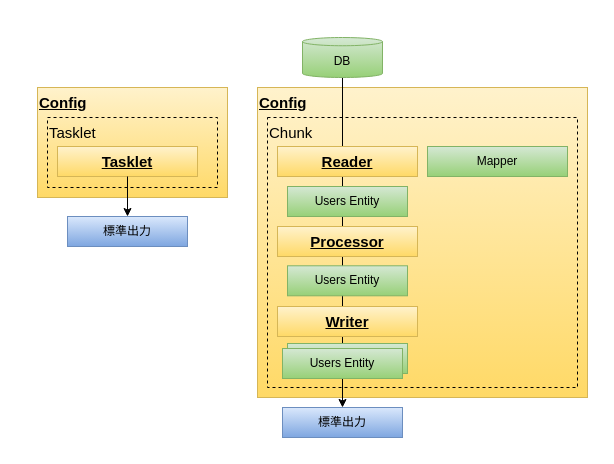
This is app.drawio from namickey/spring-boot3-batch-try, a draw.io file, before an edit. Source tidied: cells renumbered, new cells numbered last; positions are measured from the earlier drawing's top-left corner, leaving out a move shared by most shapes. Both pictures are drawn from the tidied source at 100%, with x=0, y=0 at pixel (17, 17).
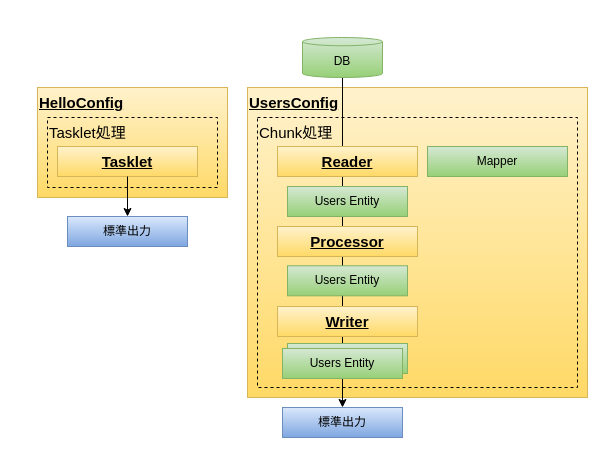
After the change.

Diff of the diagram source:
```diff
@@
-    <mxCell id="2" value="Config" style="rounded=0;whiteSpace=wrap;html=1;fillColor=#fff2cc;strokeColor=#d6b656;align=left;verticalAlign=top;fontStyle=5;fontSize=15;gradientColor=#ffd966;" parent="1" vertex="1">
-      <mxGeometry x="240" y="70" width="330" height="310" as="geometry" />
+    <mxCell id="2" value="UsersConfig" style="rounded=0;whiteSpace=wrap;html=1;fillColor=#fff2cc;strokeColor=#d6b656;align=left;verticalAlign=top;fontStyle=5;fontSize=15;gradientColor=#ffd966;" parent="1" vertex="1">
+      <mxGeometry x="230" y="70" width="340" height="310" as="geometry" />
     </mxCell>
-    <mxCell id="3" value="Chunk" style="rounded=0;whiteSpace=wrap;html=1;align=left;verticalAlign=top;fontStyle=0;fontSize=15;fillColor=none;dashed=1;" parent="1" vertex="1">
-      <mxGeometry x="250" y="100" width="310" height="270" as="geometry" />
+    <mxCell id="3" value="Chunk処理" style="rounded=0;whiteSpace=wrap;html=1;align=left;verticalAlign=top;fontStyle=0;fontSize=15;fillColor=none;dashed=1;" parent="1" vertex="1">
+      <mxGeometry x="240" y="100" width="320" height="270" as="geometry" />
     </mxCell>
-    <mxCell id="4" value="Config" style="rounded=0;whiteSpace=wrap;html=1;fillColor=#fff2cc;strokeColor=#d6b656;align=left;verticalAlign=top;fontStyle=5;fontSize=15;gradientColor=#ffd966;" parent="1" vertex="1">
+    <mxCell id="4" value="HelloConfig" style="rounded=0;whiteSpace=wrap;html=1;fillColor=#fff2cc;strokeColor=#d6b656;align=left;verticalAlign=top;fontStyle=5;fontSize=15;gradientColor=#ffd966;" parent="1" vertex="1">
       <mxGeometry x="20" y="70" width="190" height="110" as="geometry" />
     </mxCell>
@@
-    <mxCell id="14" value="Tasklet" style="rounded=0;whiteSpace=wrap;html=1;align=left;verticalAlign=top;fontStyle=0;fontSize=15;fillColor=none;dashed=1;" parent="1" vertex="1">
+    <mxCell id="14" value="Tasklet処理" style="rounded=0;whiteSpace=wrap;html=1;align=left;verticalAlign=top;fontStyle=0;fontSize=15;fillColor=none;dashed=1;" parent="1" vertex="1">
       <mxGeometry x="30" y="100" width="170" height="70" as="geometry" />
     </mxCell>
```
